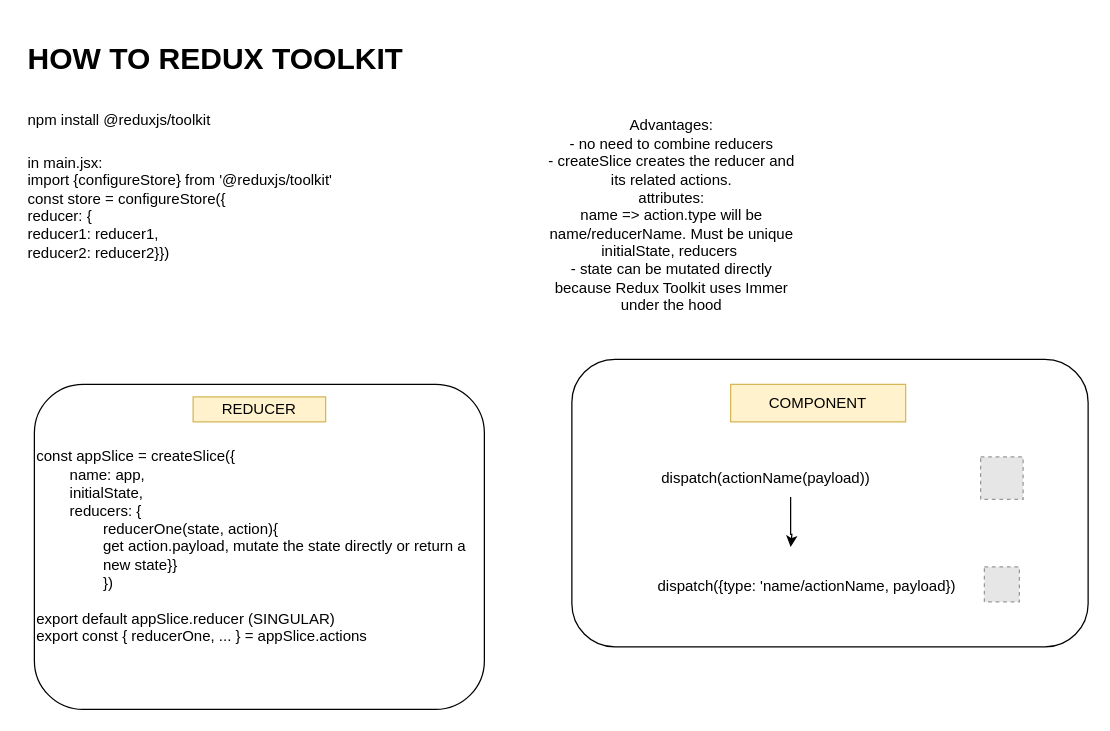
Earlier version of the draw.io diagram page "REDUX TOOLKIT" (3 of 3) of part_6/redux.drawio (gros-pataplouf/fullstack_open_coursework). Source tidied: cells renumbered, new cells numbered last; positions are measured from the earlier drawing's top-left corner, leaving out a move shared by most shapes. Both pictures are drawn from the tidied source at 125%, with x=0, y=0 at pixel (21, 34). Pictures stored in the file or linked from it are replaced by grey dashed boxes.
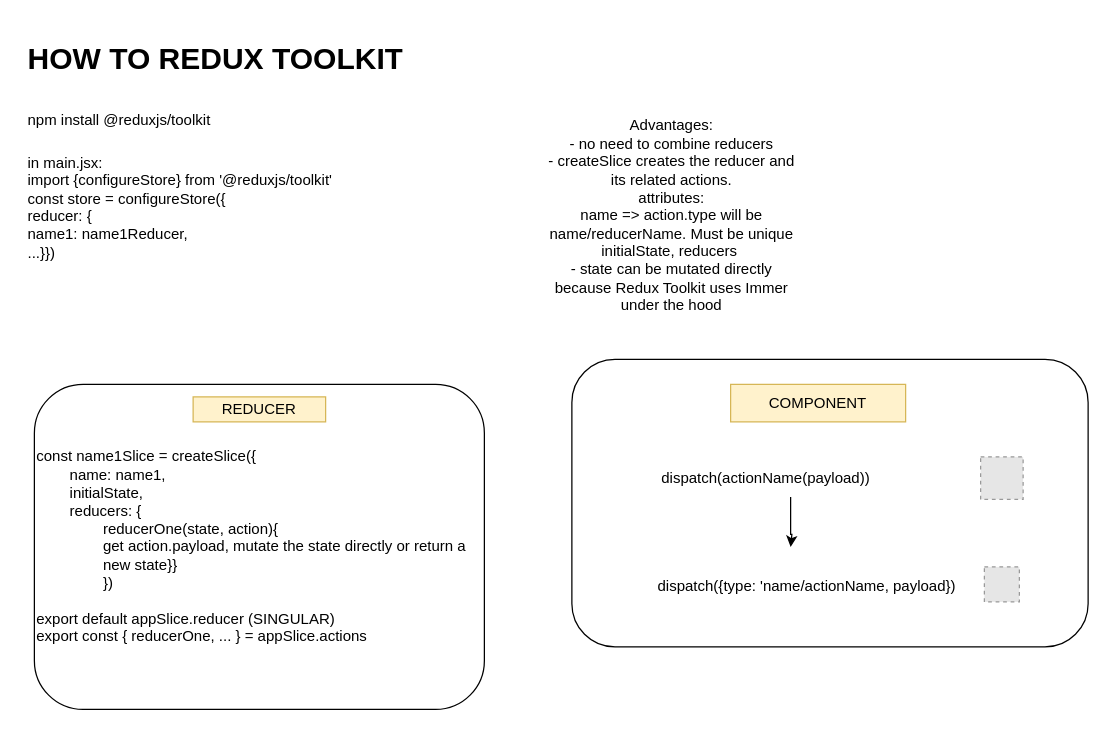
Above is the later version.

The edit, as a diff of the source:
```diff
@@
 <mxGraphModel>
   <root>
     <mxCell id="0" />
     <mxCell id="1" parent="0" />
-    <mxCell id="2" value="&lt;h1&gt;&lt;span style=&quot;background-color: initial;&quot;&gt;HOW TO REDUX TOOLKIT&lt;/span&gt;&lt;/h1&gt;&lt;h1&gt;&lt;span style=&quot;background-color: initial; font-size: 12px; font-weight: normal;&quot;&gt;npm install @reduxjs/toolkit&lt;/span&gt;&lt;br&gt;&lt;/h1&gt;&lt;div&gt;&lt;span style=&quot;background-color: initial; font-size: 12px; font-weight: normal;&quot;&gt;in main.jsx:&amp;nbsp;&lt;/span&gt;&lt;/div&gt;&lt;div&gt;&lt;span style=&quot;background-color: initial; font-size: 12px; font-weight: normal;&quot;&gt;import {configureStore} from '@reduxjs/toolkit'&lt;/span&gt;&lt;/div&gt;&lt;div&gt;&lt;span style=&quot;background-color: initial; font-size: 12px; font-weight: normal;&quot;&gt;const store = configureStore({&lt;/span&gt;&lt;/div&gt;&lt;div&gt;&lt;span style=&quot;background-color: initial; font-size: 12px; font-weight: normal;&quot;&gt;reducer: {&lt;/span&gt;&lt;/div&gt;&lt;div&gt;&lt;span style=&quot;background-color: initial; font-size: 12px; font-weight: normal;&quot;&gt;reducer1: reducer1,&amp;nbsp;&lt;/span&gt;&lt;/div&gt;&lt;div&gt;&lt;span style=&quot;background-color: initial; font-size: 12px; font-weight: normal;&quot;&gt;reducer2: reducer2}})&lt;/span&gt;&lt;/div&gt;" style="text;html=1;strokeColor=none;fillColor=none;spacing=5;spacingTop=-20;whiteSpace=wrap;overflow=hidden;rounded=0;" parent="1" vertex="1">
+    <mxCell id="2" value="&lt;h1&gt;&lt;span style=&quot;background-color: initial;&quot;&gt;HOW TO REDUX TOOLKIT&lt;/span&gt;&lt;/h1&gt;&lt;h1&gt;&lt;span style=&quot;background-color: initial; font-size: 12px; font-weight: normal;&quot;&gt;npm install @reduxjs/toolkit&lt;/span&gt;&lt;br&gt;&lt;/h1&gt;&lt;div&gt;&lt;span style=&quot;background-color: initial; font-size: 12px; font-weight: normal;&quot;&gt;in main.jsx:&amp;nbsp;&lt;/span&gt;&lt;/div&gt;&lt;div&gt;&lt;span style=&quot;background-color: initial; font-size: 12px; font-weight: normal;&quot;&gt;import {configureStore} from '@reduxjs/toolkit'&lt;/span&gt;&lt;/div&gt;&lt;div&gt;&lt;span style=&quot;background-color: initial; font-size: 12px; font-weight: normal;&quot;&gt;const store = configureStore({&lt;/span&gt;&lt;/div&gt;&lt;div&gt;&lt;span style=&quot;background-color: initial; font-size: 12px; font-weight: normal;&quot;&gt;reducer: {&lt;/span&gt;&lt;/div&gt;&lt;div&gt;&lt;span style=&quot;background-color: initial; font-size: 12px; font-weight: normal;&quot;&gt;name1: name1Reducer,&amp;nbsp;&lt;/span&gt;&lt;/div&gt;&lt;div&gt;&lt;span style=&quot;background-color: initial; font-size: 12px; font-weight: normal;&quot;&gt;...}})&lt;/span&gt;&lt;/div&gt;" style="text;html=1;strokeColor=none;fillColor=none;spacing=5;spacingTop=-20;whiteSpace=wrap;overflow=hidden;rounded=0;" parent="1" vertex="1">
       <mxGeometry width="310" height="230" as="geometry" />
     </mxCell>
     <mxCell id="3" value="Advantages:&lt;br&gt;- no need to combine reducers&lt;br&gt;- createSlice creates the reducer and its related actions.&lt;br&gt;attributes:&lt;br&gt;name =&amp;gt; action.type will be name/reducerName. Must be unique&lt;br&gt;&amp;nbsp; initialState, reducers&amp;nbsp; &amp;nbsp;&lt;br&gt;- state can be mutated directly because Redux Toolkit uses Immer under the hood" style="text;html=1;strokeColor=none;fillColor=none;align=center;verticalAlign=middle;whiteSpace=wrap;rounded=0;" parent="1" vertex="1">
       <mxGeometry x="420" width="200" height="290" as="geometry" />
     </mxCell>
-    <mxCell id="4" value="const appSlice = createSlice({&lt;br&gt;&lt;span style=&quot;white-space: pre;&quot;&gt;&#9;&lt;/span&gt;name: app, &lt;br&gt;&lt;span style=&quot;white-space: pre;&quot;&gt;&#9;&lt;/span&gt;initialState, &lt;br&gt;&lt;span style=&quot;white-space: pre;&quot;&gt;&#9;&lt;/span&gt;reducers: {&lt;br&gt;&lt;span style=&quot;white-space: pre;&quot;&gt;&#9;&lt;/span&gt;&lt;span style=&quot;white-space: pre;&quot;&gt;&#9;&lt;/span&gt;reducerOne(state, action){&lt;br&gt;&lt;span style=&quot;white-space: pre;&quot;&gt;&#9;&lt;/span&gt;&lt;span style=&quot;white-space: pre;&quot;&gt;&#9;&lt;/span&gt;get action.payload, mutate the state directly or return a &lt;span style=&quot;white-space: pre;&quot;&gt;&#9;&lt;/span&gt;&lt;span style=&quot;white-space: pre;&quot;&gt;&#9;&lt;/span&gt;new state}}&lt;br&gt;&lt;span style=&quot;white-space: pre;&quot;&gt;&#9;&lt;/span&gt;&lt;span style=&quot;white-space: pre;&quot;&gt;&#9;&lt;/span&gt;})&lt;br&gt;&lt;br&gt;export default appSlice.reducer (SINGULAR)&lt;br&gt;export const { reducerOne, ... } = appSlice.actions" style="rounded=1;whiteSpace=wrap;html=1;align=left;" parent="1" vertex="1">
+    <mxCell id="4" value="const name1Slice = createSlice({&lt;br&gt;&lt;span style=&quot;white-space: pre;&quot;&gt;&#9;&lt;/span&gt;name: name1, &lt;br&gt;&lt;span style=&quot;white-space: pre;&quot;&gt;&#9;&lt;/span&gt;initialState, &lt;br&gt;&lt;span style=&quot;white-space: pre;&quot;&gt;&#9;&lt;/span&gt;reducers: {&lt;br&gt;&lt;span style=&quot;white-space: pre;&quot;&gt;&#9;&lt;/span&gt;&lt;span style=&quot;white-space: pre;&quot;&gt;&#9;&lt;/span&gt;reducerOne(state, action){&lt;br&gt;&lt;span style=&quot;white-space: pre;&quot;&gt;&#9;&lt;/span&gt;&lt;span style=&quot;white-space: pre;&quot;&gt;&#9;&lt;/span&gt;get action.payload, mutate the state directly or return a &lt;span style=&quot;white-space: pre;&quot;&gt;&#9;&lt;/span&gt;&lt;span style=&quot;white-space: pre;&quot;&gt;&#9;&lt;/span&gt;new state}}&lt;br&gt;&lt;span style=&quot;white-space: pre;&quot;&gt;&#9;&lt;/span&gt;&lt;span style=&quot;white-space: pre;&quot;&gt;&#9;&lt;/span&gt;})&lt;br&gt;&lt;br&gt;export default appSlice.reducer (SINGULAR)&lt;br&gt;export const { reducerOne, ... } = appSlice.actions" style="rounded=1;whiteSpace=wrap;html=1;align=left;" parent="1" vertex="1">
       <mxGeometry x="10" y="280" width="360" height="260" as="geometry" />
     </mxCell>
     <mxCell id="5" value="REDUCER" style="text;html=1;strokeColor=#d6b656;fillColor=#fff2cc;align=center;verticalAlign=middle;whiteSpace=wrap;overflow=hidden;" parent="1" vertex="1">
       <mxGeometry x="137" y="290" width="106" height="20" as="geometry" />
     </mxCell>
     <mxCell id="6" style="rounded=1;whiteSpace=wrap;html=1;" parent="1" vertex="1">
       <mxGeometry x="440" y="260" width="413" height="230" as="geometry" />
     </mxCell>
     <mxCell id="7" value="COMPONENT" style="text;html=1;strokeColor=#d6b656;fillColor=#fff2cc;align=center;verticalAlign=middle;whiteSpace=wrap;overflow=hidden;" parent="1" vertex="1">
       <mxGeometry x="567" y="280" width="140" height="30" as="geometry" />
     </mxCell>
     <mxCell id="8" style="edgeStyle=orthogonalEdgeStyle;rounded=0;jettySize=auto;html=1;" parent="1" edge="1" source="9">
       <mxGeometry relative="1" as="geometry">
         <mxPoint x="615" y="410" as="targetPoint" />
         <Array as="points">
           <mxPoint x="615" y="400" />
           <mxPoint x="616" y="400" />
         </Array>
       </mxGeometry>
     </mxCell>
     <mxCell id="9" value="dispatch(actionName(payload))" style="text;html=1;strokeColor=none;fillColor=none;align=left;verticalAlign=middle;whiteSpace=wrap;rounded=0;" parent="1" vertex="1">
       <mxGeometry x="510" y="340" width="210" height="30" as="geometry" />
     </mxCell>
     <mxCell id="10" style="fillColor=#E6E6E6;strokeColor=#999999;dashed=1;html=1;verticalAlign=top;verticalLabelPosition=bottom;labelBackgroundColor=#ffffff;" parent="1" vertex="1">
       <mxGeometry x="767" y="338" width="34" height="34" as="geometry" />
     </mxCell>
     <mxCell id="11" value="&lt;br&gt;dispatch({&lt;span style=&quot;background-color: initial;&quot;&gt;type: 'name/actionName, payload})&lt;/span&gt;" style="text;html=1;strokeColor=none;fillColor=none;align=left;verticalAlign=middle;whiteSpace=wrap;rounded=0;" parent="1" vertex="1">
       <mxGeometry x="507" y="414" width="260" height="40" as="geometry" />
     </mxCell>
     <mxCell id="12" style="fillColor=#E6E6E6;strokeColor=#999999;dashed=1;html=1;verticalAlign=top;verticalLabelPosition=bottom;labelBackgroundColor=#ffffff;" parent="1" vertex="1">
       <mxGeometry x="770" y="426" width="28" height="28" as="geometry" />
     </mxCell>
   </root>
 </mxGraphModel>
```
